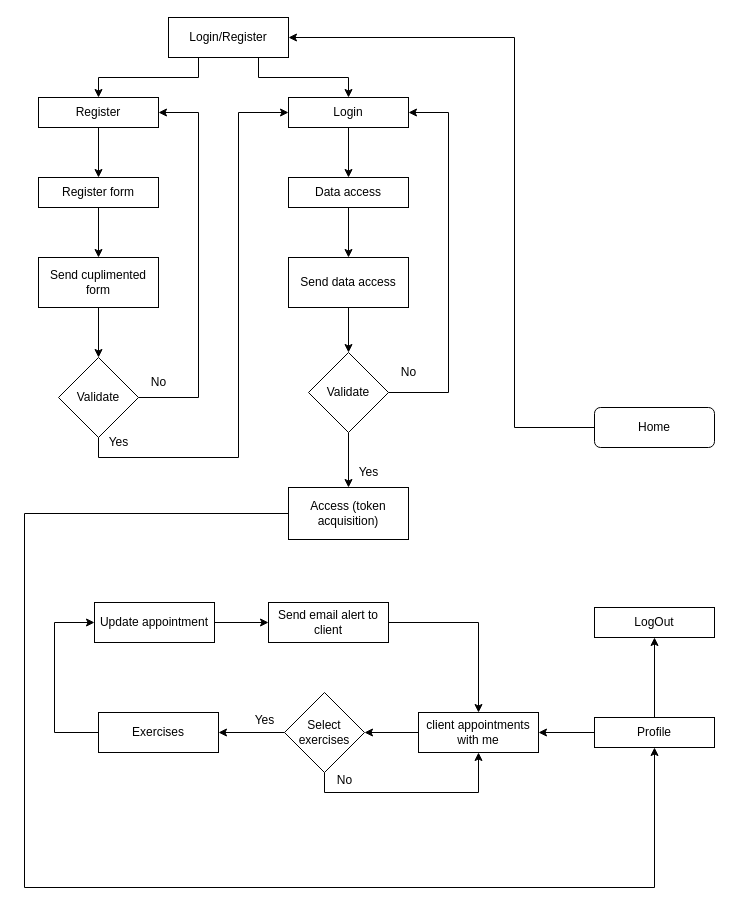
The draw.io diagram extras/Flowchart Worker.drawio in antonioinsa/Proyect-7, before the edit. Source tidied: cells renumbered, new cells numbered last; positions are measured from the earlier drawing's top-left corner, leaving out a move shared by most shapes. Both pictures are drawn from the tidied source at 100%, with x=0, y=0 at pixel (24, 17).
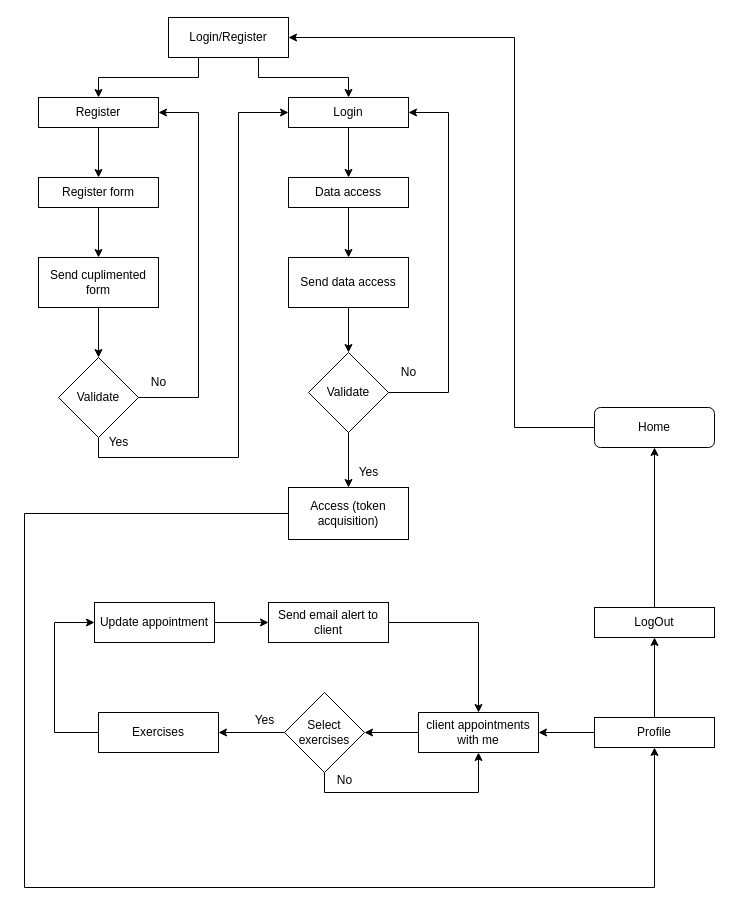
The same page after the edit.

Commit message (it also covers changes not shown here):
Feat:update all flowchart

The change refers to these unchanged cells:
```xml
<mxCell id="3" value="Home" style="rounded=1;whiteSpace=wrap;html=1;fontSize=12;glass=0;strokeWidth=1;shadow=0;" parent="1" vertex="1">
  <mxGeometry x="570" y="390" width="120" height="40" as="geometry" />
</mxCell>
<mxCell id="46" value="LogOut" style="rounded=0;whiteSpace=wrap;html=1;" parent="1" vertex="1">
  <mxGeometry x="570" y="590" width="120" height="30" as="geometry" />
</mxCell>
```

The edit, as a diff of the source:
```diff
@@
+    <mxCell id="49" style="edgeStyle=orthogonalEdgeStyle;rounded=0;jettySize=auto;html=1;exitX=0.5;exitY=0;exitDx=0;exitDy=0;entryX=0.5;entryY=1;entryDx=0;entryDy=0;" parent="1" edge="1" source="46" target="3">
+      <mxGeometry relative="1" as="geometry" />
+    </mxCell>
```
